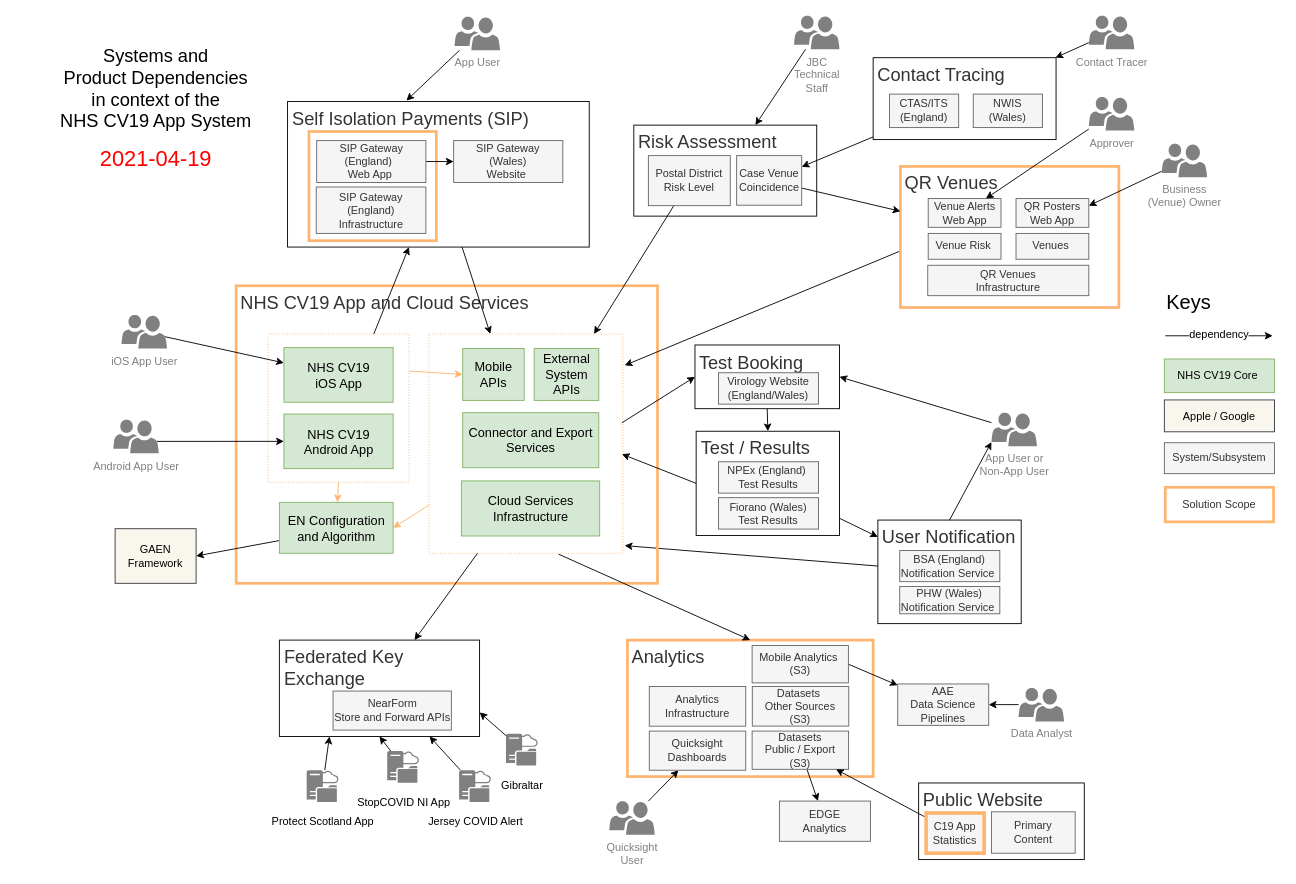
The draw.io diagram page "sys-overview" (1 of 2) of doc/architecture/diagrams/cv19-app-system-architecture.drawio in ukhsa-collaboration/covid19-app-system-public, before the edit. Source tidied: cells renumbered, new cells numbered last; positions are measured from the earlier drawing's top-left corner, leaving out a move shared by most shapes. Both pictures are drawn from the tidied source at 91%, with x=0, y=0 at pixel (56, 15).
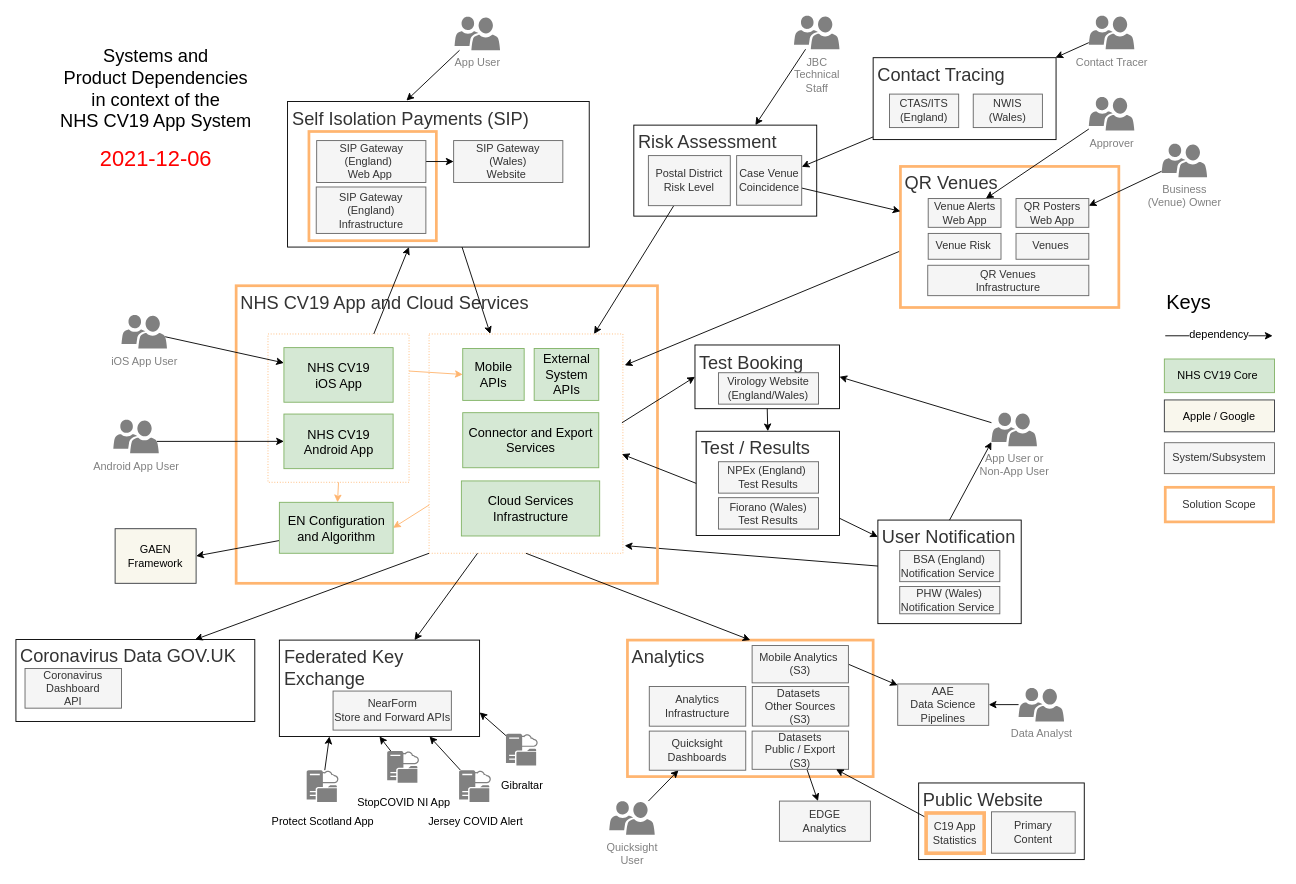
The same page after the edit.

The change refers to these unchanged cells:
```xml
<mxCell id="10" style="rounded=0;whiteSpace=wrap;html=1;fontSize=16;fillColor=none;verticalAlign=top;align=center;strokeColor=#FFB570;strokeWidth=1;dashed=1;dashPattern=1 2;" parent="1" vertex="1">
  <mxGeometry x="410" y="349.5" width="213" height="241" as="geometry" />
</mxCell>
<mxCell id="30" value="&lt;font color=&quot;#333333&quot;&gt;Analytics&lt;/font&gt;" style="rounded=0;whiteSpace=wrap;html=1;fillColor=none;fontColor=#000000;fontSize=20;align=left;verticalAlign=top;spacingLeft=3;strokeColor=#FFB570;strokeWidth=3;" parent="1" vertex="1">
  <mxGeometry x="628" y="685.9" width="270" height="150" as="geometry" />
</mxCell>
```

The edit, as a diff of the source:
```diff
@@
+    <mxCell id="111" style="rounded=0;jettySize=auto;html=1;exitX=0;exitY=1;exitDx=0;exitDy=0;entryX=0.75;entryY=0;entryDx=0;entryDy=0;startArrow=none;startFill=0;endArrow=classic;endFill=1;" parent="1" edge="1" source="10" target="112">
+      <mxGeometry relative="1" as="geometry" />
+    </mxCell>
@@
-    <mxCell id="34" value="2021-04-19" style="text;html=1;strokeColor=none;fillColor=none;align=center;verticalAlign=middle;whiteSpace=wrap;rounded=0;dashed=1;fontSize=24;fontColor=#FF0000;" parent="1" vertex="1">
+    <mxCell id="34" value="2021-12-06" style="text;html=1;strokeColor=none;fillColor=none;align=center;verticalAlign=middle;whiteSpace=wrap;rounded=0;dashed=1;fontSize=24;fontColor=#FF0000;" parent="1" vertex="1">
       <mxGeometry x="44.5" y="146.5" width="130" height="20" as="geometry" />
     </mxCell>
@@
-    <mxCell id="101" style="rounded=0;jettySize=auto;html=1;exitX=0.668;exitY=1.004;exitDx=0;exitDy=0;exitPerimeter=0;entryX=0.5;entryY=0;entryDx=0;entryDy=0;" parent="1" edge="1" source="10" target="30">
+    <mxCell id="101" style="rounded=0;jettySize=auto;html=1;exitX=0.5;exitY=1;exitDx=0;exitDy=0;entryX=0.5;entryY=0;entryDx=0;entryDy=0;" parent="1" edge="1" source="10" target="30">
       <mxGeometry relative="1" as="geometry" />
     </mxCell>
@@
+    <mxCell id="112" value="Coronavirus Data GOV.UK" style="rounded=0;whiteSpace=wrap;html=1;fontColor=#333333;fontSize=20;verticalAlign=top;align=left;fillColor=none;strokeWidth=1;spacingLeft=3;" parent="1" vertex="1">
+      <mxGeometry x="-44" y="685.3" width="262.5" height="90" as="geometry" />
+    </mxCell>
+    <mxCell id="113" value="Coronavirus&lt;br&gt;Dashboard&lt;br&gt;API" style="rounded=0;whiteSpace=wrap;html=1;fillColor=#f5f5f5;strokeColor=#666666;fontColor=#333333;" parent="1" vertex="1">
+      <mxGeometry x="-34" y="717.1" width="106" height="43.6" as="geometry" />
+    </mxCell>
```
